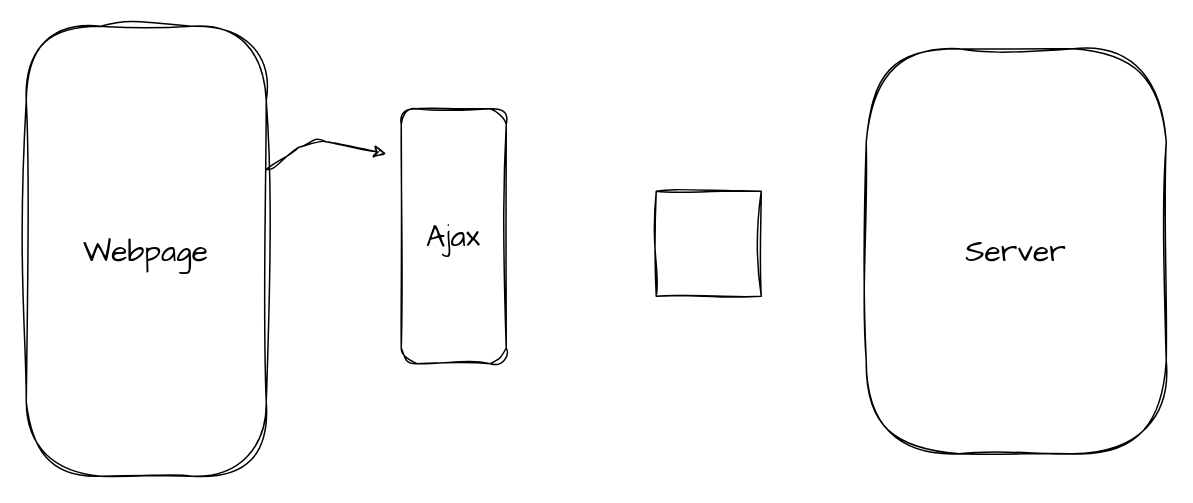
Before: requestResponseCycleReact.drawio in prahulk46a/ReactLearning, a draw.io diagram. Source tidied: cells renumbered, new cells numbered last; positions are measured from the earlier drawing's top-left corner, leaving out a move shared by most shapes. Both pictures are drawn from the tidied source at 150%, with x=0, y=0 at pixel (26, 26).
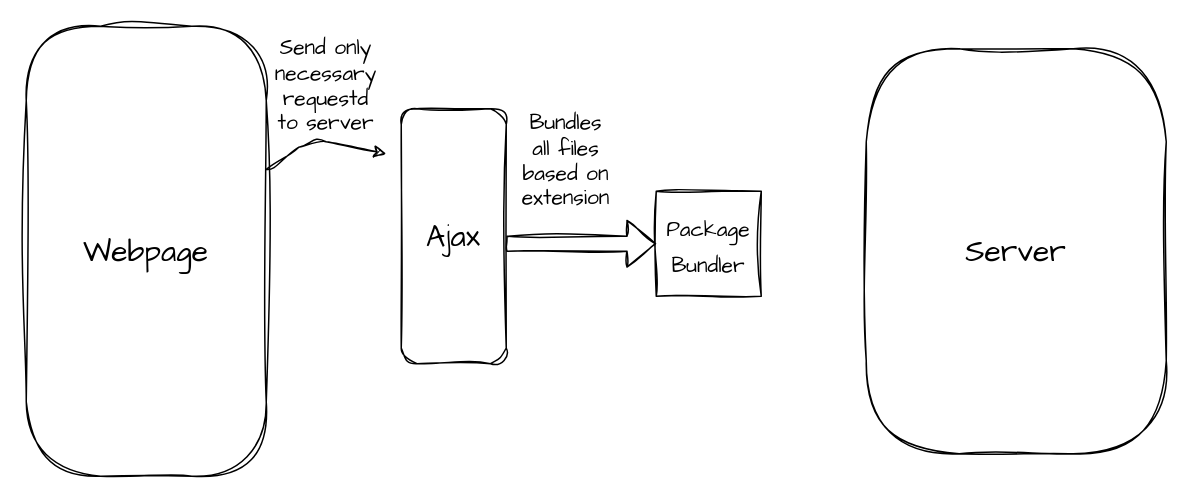
Above is the later version.

The edit, as a diff of the source:
```diff
@@
 <mxGraphModel>
   <root>
     <mxCell id="0" />
     <mxCell id="1" parent="0" />
     <mxCell id="2" value="Webpage" style="whiteSpace=wrap;html=1;rounded=1;arcSize=31;sketch=1;hachureGap=4;jiggle=2;curveFitting=1;fontFamily=Architects Daughter;fontSize=20;" parent="1" vertex="1">
       <mxGeometry width="160" height="300" as="geometry" />
     </mxCell>
     <mxCell id="3" value="Server" style="whiteSpace=wrap;html=1;rounded=1;arcSize=31;sketch=1;hachureGap=4;jiggle=2;curveFitting=1;fontFamily=Architects Daughter;fontSize=20;" parent="1" vertex="1">
       <mxGeometry x="560" y="15" width="200" height="270" as="geometry" />
     </mxCell>
     <mxCell id="4" value="Ajax" style="rounded=1;whiteSpace=wrap;html=1;sketch=1;hachureGap=4;jiggle=2;curveFitting=1;fontFamily=Architects Daughter;fontSize=20;" parent="1" vertex="1">
       <mxGeometry x="250" y="55" width="70" height="170" as="geometry" />
     </mxCell>
-    <mxCell id="5" style="whiteSpace=wrap;html=1;sketch=1;hachureGap=4;jiggle=2;curveFitting=1;fontFamily=Architects Daughter;fontSize=20;" parent="1" vertex="1">
+    <mxCell id="5" value="&lt;font style=&quot;font-size: 14px;&quot;&gt;Package Bundler&lt;/font&gt;" style="whiteSpace=wrap;html=1;sketch=1;hachureGap=4;jiggle=2;curveFitting=1;fontFamily=Architects Daughter;fontSize=20;" parent="1" vertex="1">
       <mxGeometry x="420" y="110" width="70" height="70" as="geometry" />
     </mxCell>
     <mxCell id="6" style="endArrow=classic;html=1;sketch=1;hachureGap=4;jiggle=2;curveFitting=1;fontFamily=Architects Daughter;fontSize=16;" parent="1" edge="1" source="2">
       <mxGeometry relative="1" as="geometry">
         <mxPoint x="240" y="85" as="targetPoint" />
         <Array as="points">
           <mxPoint x="190" y="75" />
         </Array>
       </mxGeometry>
     </mxCell>
+    <mxCell id="7" value="Send only necessary requestd to server" style="text;html=1;strokeColor=none;fillColor=none;align=center;verticalAlign=middle;whiteSpace=wrap;rounded=0;sketch=1;hachureGap=4;jiggle=2;curveFitting=1;fontFamily=Architects Daughter;fontSize=14;" parent="1" vertex="1">
+      <mxGeometry x="170" y="25" width="60" height="30" as="geometry" />
+    </mxCell>
+    <mxCell id="8" style="shape=flexArrow;endArrow=classic;html=1;sketch=1;hachureGap=4;jiggle=2;curveFitting=1;fontFamily=Architects Daughter;fontSize=14;entryX=0;entryY=0.5;entryDx=0;entryDy=0;" parent="1" edge="1" target="5">
+      <mxGeometry relative="1" as="geometry">
+        <mxPoint x="320" y="145" as="sourcePoint" />
+      </mxGeometry>
+    </mxCell>
+    <mxCell id="9" value="Bundles all files based on extension" style="text;html=1;strokeColor=none;fillColor=none;align=center;verticalAlign=middle;whiteSpace=wrap;rounded=0;sketch=1;hachureGap=4;jiggle=2;curveFitting=1;fontFamily=Architects Daughter;fontSize=14;" parent="1" vertex="1">
+      <mxGeometry x="330" y="75" width="60" height="30" as="geometry" />
+    </mxCell>
   </root>
 </mxGraphModel>
```
